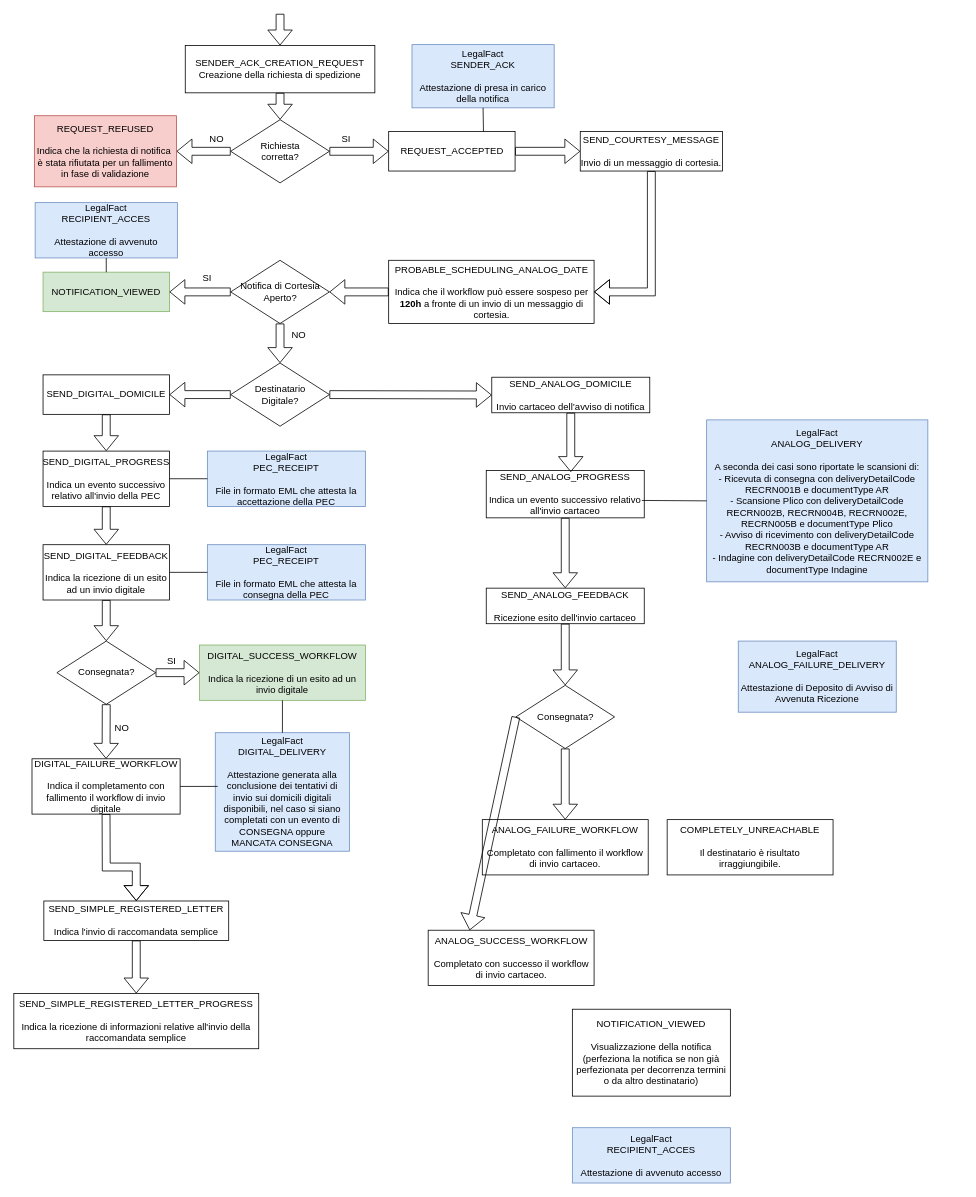
Earlier version of the draw.io diagram page "Spedizione" (5 of 5) of Easy Notification.drawio (marcogarbujoabaco/drawio). Source tidied: cells renumbered, new cells numbered last; positions are measured from the earlier drawing's top-left corner, leaving out a move shared by most shapes. Both pictures are drawn from the tidied source at 79%, with x=0, y=0 at pixel (13, 13).
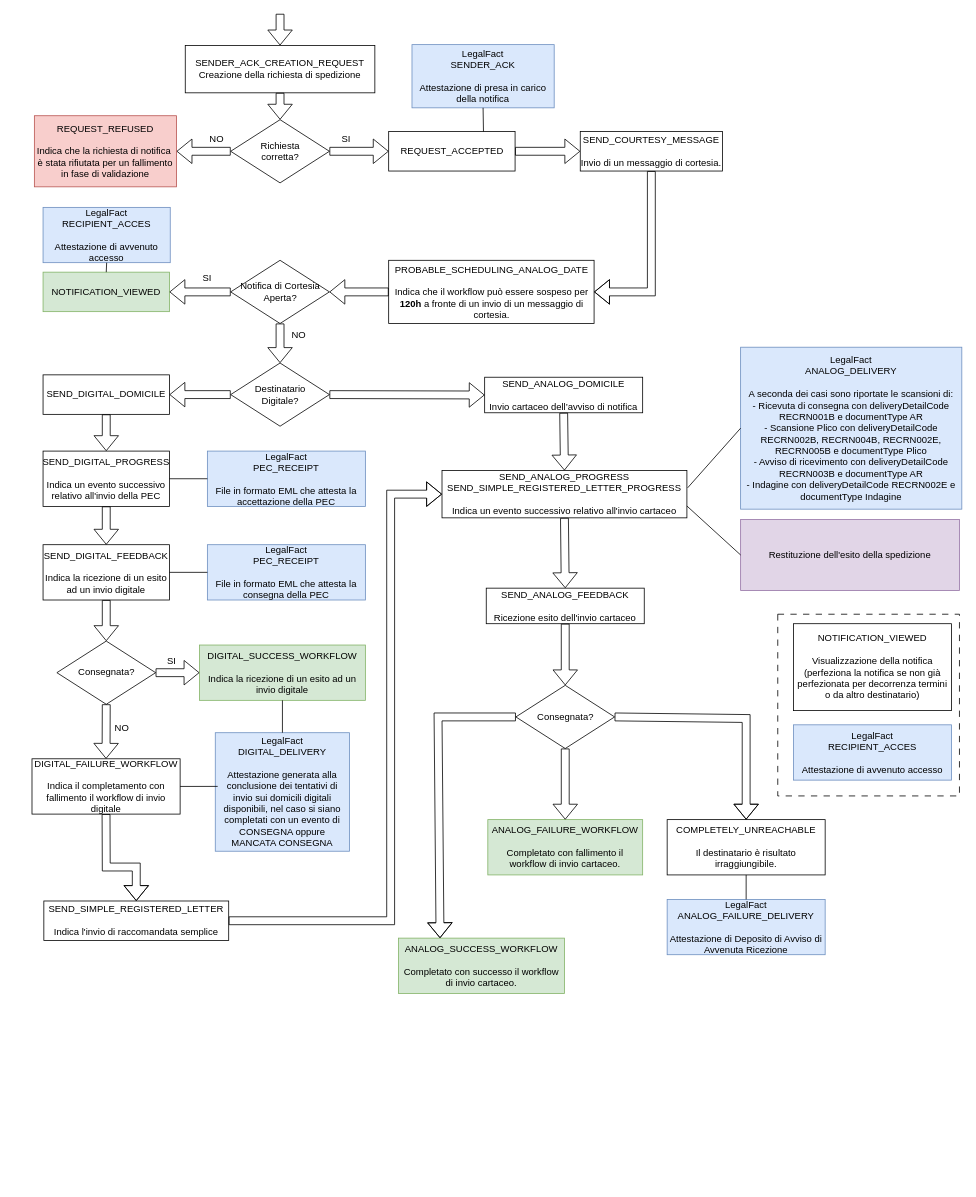
The same diagram, later.

Unchanged cells that the change refers to:
```xml
<mxCell id="16" value="Consegnata?" style="rhombus;whiteSpace=wrap;html=1;" parent="1" vertex="1">
  <mxGeometry x="635.5" y="850" width="125" height="80" as="geometry" />
</mxCell>
<mxCell id="28" value="SEND_SIMPLE_REGISTERED_LETTER&lt;div&gt;&lt;br&gt;&lt;/div&gt;&lt;div&gt;Indica l'invio di raccomandata semplice&lt;/div&gt;" style="rounded=0;whiteSpace=wrap;html=1;" parent="1" vertex="1">
  <mxGeometry x="38" y="1123" width="234" height="50" as="geometry" />
</mxCell>
```

Diff of the diagram source:
```diff
@@
     <mxCell id="14" value="SEND_ANALOG_DOMICILE&lt;div&gt;&lt;br&gt;&lt;/div&gt;&lt;div&gt;Invio cartaceo dell’avviso di notifica&lt;/div&gt;" style="rounded=0;whiteSpace=wrap;html=1;" parent="1" vertex="1">
-      <mxGeometry x="605" y="460" width="200" height="45" as="geometry" />
+      <mxGeometry x="596" y="460" width="200" height="45" as="geometry" />
     </mxCell>
@@
-    <mxCell id="17" value="ANALOG_SUCCESS_WORKFLOW&lt;div&gt;&lt;br&gt;&lt;/div&gt;&lt;div&gt;Completato con successo il workflow di invio cartaceo.&lt;/div&gt;" style="rounded=0;whiteSpace=wrap;html=1;" parent="1" vertex="1">
-      <mxGeometry x="524.5" y="1160" width="210" height="70" as="geometry" />
+    <mxCell id="17" value="ANALOG_SUCCESS_WORKFLOW&lt;div&gt;&lt;br&gt;&lt;/div&gt;&lt;div&gt;Completato con successo il workflow di invio cartaceo.&lt;/div&gt;" style="rounded=0;whiteSpace=wrap;html=1;fillColor=#d5e8d4;strokeColor=#82b366;" parent="1" vertex="1">
+      <mxGeometry x="487" y="1170" width="210" height="70" as="geometry" />
     </mxCell>
-    <mxCell id="18" value="ANALOG_FAILURE_WORKFLOW&lt;div&gt;&lt;br&gt;&lt;/div&gt;&lt;div&gt;Completato con fallimento il workflow di invio cartaceo.&lt;/div&gt;" style="rounded=0;whiteSpace=wrap;html=1;" parent="1" vertex="1">
-      <mxGeometry x="593" y="1020" width="210" height="70" as="geometry" />
+    <mxCell id="18" value="ANALOG_FAILURE_WORKFLOW&lt;div&gt;&lt;br&gt;&lt;/div&gt;&lt;div&gt;Completato con fallimento il workflow di invio cartaceo.&lt;/div&gt;" style="rounded=0;whiteSpace=wrap;html=1;fillColor=#d5e8d4;strokeColor=#82b366;" parent="1" vertex="1">
+      <mxGeometry x="600" y="1020" width="196" height="70" as="geometry" />
     </mxCell>
     <mxCell id="19" value="COMPLETELY_UNREACHABLE&lt;div&gt;&lt;br&gt;&lt;/div&gt;&lt;div&gt;Il destinatario è risultato irraggiungibile.&lt;/div&gt;" style="rounded=0;whiteSpace=wrap;html=1;" parent="1" vertex="1">
-      <mxGeometry x="827" y="1020" width="210" height="70" as="geometry" />
+      <mxGeometry x="827" y="1020" width="200" height="70" as="geometry" />
     </mxCell>
     <mxCell id="20" value="LegalFact&lt;div&gt;ANALOG_FAILURE_DELIVERY&lt;/div&gt;&lt;div&gt;&lt;br&gt;&lt;/div&gt;&lt;div&gt;Attestazione di Deposito di Avviso di Avvenuta Ricezione&lt;/div&gt;" style="rounded=0;whiteSpace=wrap;html=1;fillColor=#dae8fc;strokeColor=#6c8ebf;" parent="1" vertex="1">
-      <mxGeometry x="917" y="794" width="200" height="90" as="geometry" />
+      <mxGeometry x="827" y="1121" width="200" height="70" as="geometry" />
     </mxCell>
     <mxCell id="21" value="NOTIFICATION_VIEWED&lt;div&gt;&lt;br&gt;&lt;/div&gt;&lt;div&gt;Visualizzazione della notifica (perfeziona la notifica se non già perfezionata per decorrenza termini o da altro destinatario)&lt;/div&gt;" style="rounded=0;whiteSpace=wrap;html=1;" parent="1" vertex="1">
-      <mxGeometry x="707" y="1260" width="200" height="110" as="geometry" />
+      <mxGeometry x="987" y="772" width="200" height="110" as="geometry" />
     </mxCell>
     <mxCell id="22" value="LegalFact&lt;div&gt;&lt;div&gt;RECIPIENT_ACCES&lt;/div&gt;&lt;div&gt;&lt;br&gt;&lt;/div&gt;&lt;div&gt;Attestazione di avvenuto accesso&lt;/div&gt;&lt;/div&gt;" style="rounded=0;whiteSpace=wrap;html=1;fillColor=#dae8fc;strokeColor=#6c8ebf;" parent="1" vertex="1">
-      <mxGeometry x="707" y="1410" width="200" height="70" as="geometry" />
+      <mxGeometry x="987" y="900" width="200" height="70" as="geometry" />
     </mxCell>
@@
-    <mxCell id="25" value="SEND_ANALOG_PROGRESS&lt;div&gt;&lt;br&gt;&lt;/div&gt;&lt;div&gt;Indica un evento successivo relativo all'invio cartaceo&lt;/div&gt;" style="rounded=0;whiteSpace=wrap;html=1;" parent="1" vertex="1">
-      <mxGeometry x="598" y="578" width="200" height="60" as="geometry" />
+    <mxCell id="25" value="SEND_ANALOG_PROGRESS&lt;div&gt;SEND_SIMPLE_REGISTERED_LETTER_PROGRESS&lt;br&gt;&lt;div&gt;&lt;br&gt;&lt;/div&gt;&lt;div&gt;Indica un evento successivo relativo all'invio cartaceo&lt;/div&gt;&lt;/div&gt;" style="rounded=0;whiteSpace=wrap;html=1;" parent="1" vertex="1">
+      <mxGeometry x="542" y="578" width="310" height="60" as="geometry" />
     </mxCell>
     <mxCell id="26" value="LegalFact&lt;div&gt;ANALOG_DELIVERY&lt;/div&gt;&lt;div&gt;&lt;br&gt;&lt;/div&gt;&lt;div&gt;&lt;div&gt;A seconda dei casi sono riportate le scansioni di:&lt;/div&gt;&lt;div&gt;- Ricevuta di consegna con deliveryDetailCode RECRN001B e documentType AR&lt;/div&gt;&lt;div&gt;- Scansione Plico con deliveryDetailCode RECRN002B, RECRN004B, RECRN002E, RECRN005B e documentType Plico&lt;/div&gt;&lt;div&gt;- Avviso di ricevimento con deliveryDetailCode RECRN003B e documentType AR&lt;/div&gt;&lt;div&gt;- Indagine con deliveryDetailCode RECRN002E e documentType Indagine&lt;/div&gt;&lt;/div&gt;" style="rounded=0;whiteSpace=wrap;html=1;fillColor=#dae8fc;strokeColor=#6c8ebf;" parent="1" vertex="1">
-      <mxGeometry x="877" y="514" width="280" height="205" as="geometry" />
+      <mxGeometry x="920" y="422" width="280" height="205" as="geometry" />
     </mxCell>
-    <mxCell id="27" style="endArrow=none;html=1;rounded=0;entryX=0;entryY=0.5;entryDx=0;entryDy=0;exitX=0.985;exitY=0.633;exitDx=0;exitDy=0;exitPerimeter=0;" parent="1" edge="1" source="25" target="26">
+    <mxCell id="27" style="endArrow=none;html=1;rounded=0;entryX=0;entryY=0.5;entryDx=0;entryDy=0;exitX=1.003;exitY=0.367;exitDx=0;exitDy=0;exitPerimeter=0;" parent="1" edge="1" source="25" target="26">
       <mxGeometry relative="1" as="geometry" />
     </mxCell>
@@
-    <mxCell id="29" value="SEND_SIMPLE_REGISTERED_LETTER_PROGRESS&lt;div&gt;&lt;br&gt;&lt;/div&gt;&lt;div&gt;Indica la ricezione di informazioni relative all'invio della raccomandata semplice&lt;/div&gt;" style="rounded=0;whiteSpace=wrap;html=1;" parent="1" vertex="1">
-      <mxGeometry y="1240" width="310" height="70" as="geometry" />
-    </mxCell>
@@
     <mxCell id="41" value="LegalFact&lt;div&gt;&lt;div&gt;RECIPIENT_ACCES&lt;/div&gt;&lt;div&gt;&lt;br&gt;&lt;/div&gt;&lt;div&gt;Attestazione di avvenuto accesso&lt;/div&gt;&lt;/div&gt;" style="rounded=0;whiteSpace=wrap;html=1;fillColor=#dae8fc;strokeColor=#6c8ebf;" parent="1" vertex="1">
-      <mxGeometry x="27" y="239" width="180" height="70" as="geometry" />
+      <mxGeometry x="37" y="245" width="161" height="70" as="geometry" />
     </mxCell>
-    <mxCell id="42" value="Notifica di Cortesia&lt;div&gt;Aperto?&lt;/div&gt;" style="rhombus;whiteSpace=wrap;html=1;" parent="1" vertex="1">
+    <mxCell id="42" value="Notifica di Cortesia&lt;div&gt;Aperta?&lt;/div&gt;" style="rhombus;whiteSpace=wrap;html=1;" parent="1" vertex="1">
       <mxGeometry x="274.5" y="312" width="125" height="80" as="geometry" />
     </mxCell>
@@
-    <mxCell id="62" style="shape=flexArrow;endArrow=classic;html=1;rounded=0;entryX=0.5;entryY=0;entryDx=0;entryDy=0;exitX=0.5;exitY=1;exitDx=0;exitDy=0;" parent="1" edge="1" source="28" target="29">
-      <mxGeometry relative="1" as="geometry" />
+    <mxCell id="62" style="shape=flexArrow;endArrow=classic;html=1;rounded=0;exitX=1;exitY=0.5;exitDx=0;exitDy=0;entryX=0;entryY=0.5;entryDx=0;entryDy=0;" parent="1" edge="1" source="28" target="25">
+      <mxGeometry relative="1" as="geometry">
+        <Array as="points">
+          <mxPoint x="477" y="1148" />
+          <mxPoint x="477" y="608" />
+        </Array>
+      </mxGeometry>
     </mxCell>
@@
-    <mxCell id="66" style="shape=flexArrow;endArrow=classic;html=1;rounded=0;entryX=0.535;entryY=0.033;entryDx=0;entryDy=0;entryPerimeter=0;exitX=0.5;exitY=1;exitDx=0;exitDy=0;" parent="1" edge="1" source="14" target="25">
+    <mxCell id="66" style="shape=flexArrow;endArrow=classic;html=1;rounded=0;entryX=0.5;entryY=0;entryDx=0;entryDy=0;exitX=0.5;exitY=1;exitDx=0;exitDy=0;" parent="1" edge="1" source="14" target="25">
       <mxGeometry relative="1" as="geometry" />
     </mxCell>
@@
     <mxCell id="70" style="shape=flexArrow;endArrow=classic;html=1;rounded=0;entryX=0.25;entryY=0;entryDx=0;entryDy=0;exitX=0;exitY=0.5;exitDx=0;exitDy=0;" parent="1" edge="1" source="16" target="17">
-      <mxGeometry relative="1" as="geometry" />
+      <mxGeometry relative="1" as="geometry">
+        <Array as="points">
+          <mxPoint x="537" y="890" />
+        </Array>
+      </mxGeometry>
     </mxCell>
+    <mxCell id="71" style="endArrow=none;html=1;rounded=0;exitX=0.5;exitY=1;exitDx=0;exitDy=0;entryX=0.5;entryY=0;entryDx=0;entryDy=0;" parent="1" edge="1" source="19" target="20">
+      <mxGeometry relative="1" as="geometry" />
+    </mxCell>
+    <mxCell id="72" value="Restituzione dell'esito della spedizione" style="rounded=0;whiteSpace=wrap;html=1;fillColor=#e1d5e7;strokeColor=#9673a6;" parent="1" vertex="1">
+      <mxGeometry x="920" y="640" width="277" height="90" as="geometry" />
+    </mxCell>
+    <mxCell id="73" style="endArrow=none;html=1;rounded=0;entryX=0;entryY=0.5;entryDx=0;entryDy=0;exitX=1;exitY=0.75;exitDx=0;exitDy=0;" parent="1" edge="1" source="25" target="72">
+      <mxGeometry relative="1" as="geometry" />
+    </mxCell>
+    <mxCell id="74" style="shape=flexArrow;endArrow=classic;html=1;rounded=0;entryX=0.5;entryY=0;entryDx=0;entryDy=0;exitX=1;exitY=0.5;exitDx=0;exitDy=0;" parent="1" edge="1" source="16" target="19">
+      <mxGeometry relative="1" as="geometry">
+        <Array as="points">
+          <mxPoint x="927" y="892" />
+        </Array>
+      </mxGeometry>
+    </mxCell>
+    <mxCell id="75" style="rounded=0;whiteSpace=wrap;html=1;fillColor=none;dashed=1;dashPattern=8 8;" parent="1" vertex="1">
+      <mxGeometry x="967" y="760" width="230" height="230" as="geometry" />
+    </mxCell>
```
